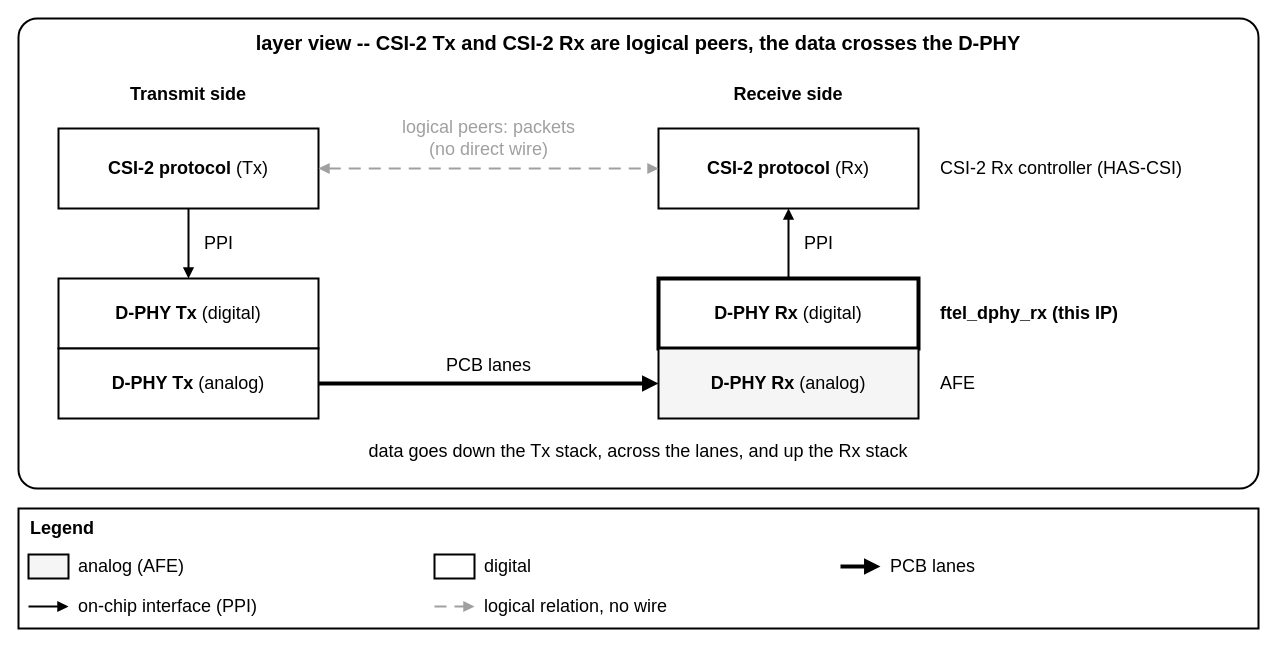
The draw.io diagram 22fdx/rx/digital/hw/rtl/ip/ftel_dphy_rx/doc/figures/ftel_dphy_rx_layers.drawio in ftel-cdc/fu3_dphy, before the edit. Source tidied: cells renumbered, new cells numbered last; positions are measured from the earlier drawing's top-left corner, leaving out a move shared by most shapes. Both pictures are drawn from the tidied source at 100%, with x=0, y=0 at pixel (18, 18).
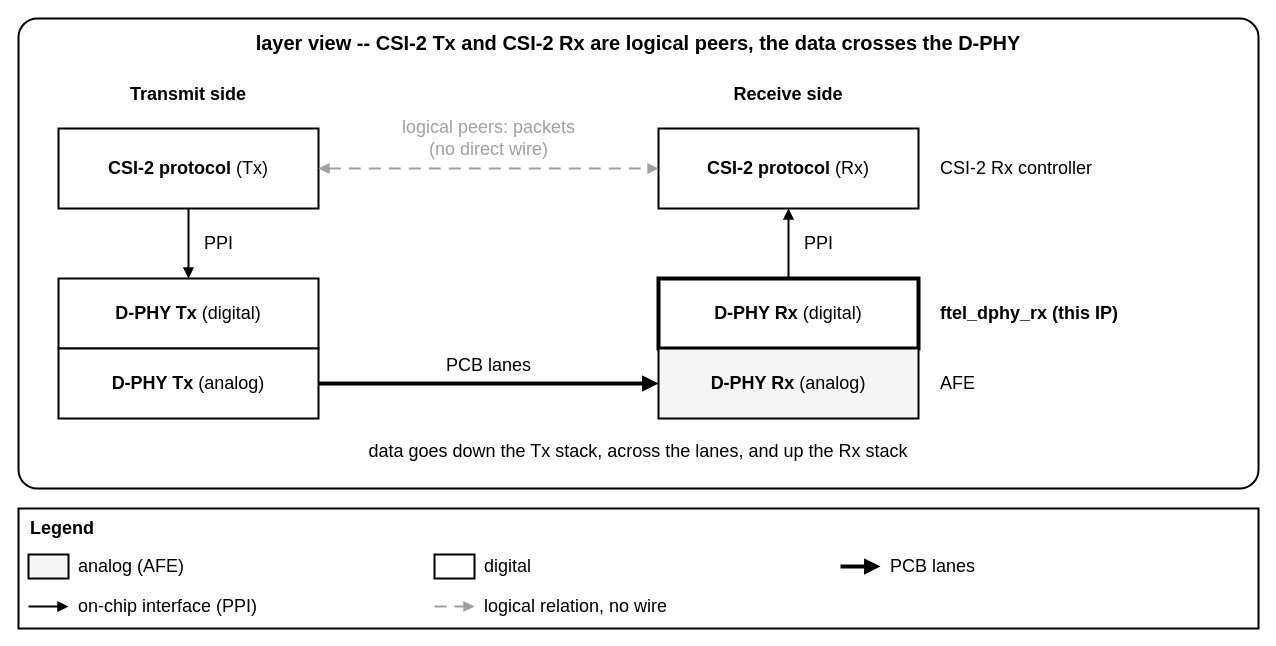
After the change.

Diff of the diagram source:
```diff
@@
-    <mxCell id="13" value="CSI-2 Rx controller (HAS-CSI)" style="text;html=1;whiteSpace=wrap;fontSize=18;align=left;verticalAlign=middle;strokeColor=none;fillColor=none;spacing=2;" parent="1" vertex="1">
+    <mxCell id="13" value="CSI-2 Rx controller" style="text;html=1;whiteSpace=wrap;fontSize=18;align=left;verticalAlign=middle;strokeColor=none;fillColor=none;spacing=2;" parent="1" vertex="1">
       <mxGeometry x="920" y="130" width="300" height="40" as="geometry" />
     </mxCell>
```
